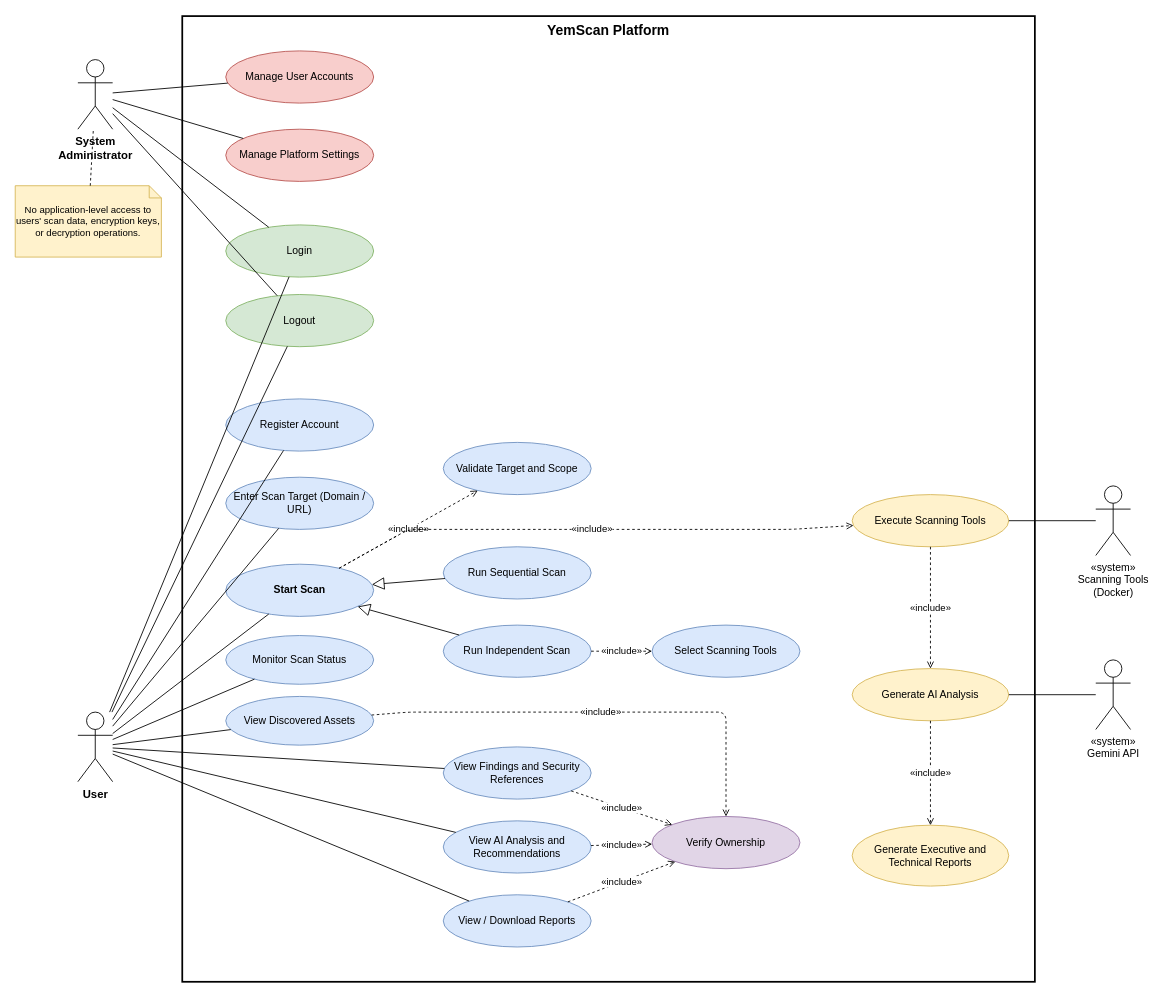
Mohammedhatem77/yemscan keeps this draw.io diagram as YemScan_UseCase.drawio. Above is the earlier version. Source tidied: cells renumbered, new cells numbered last; positions are measured from the earlier drawing's top-left corner, leaving out a move shared by most shapes. Both pictures are drawn from the tidied source at 87%, with x=0, y=0 at pixel (15, 16).
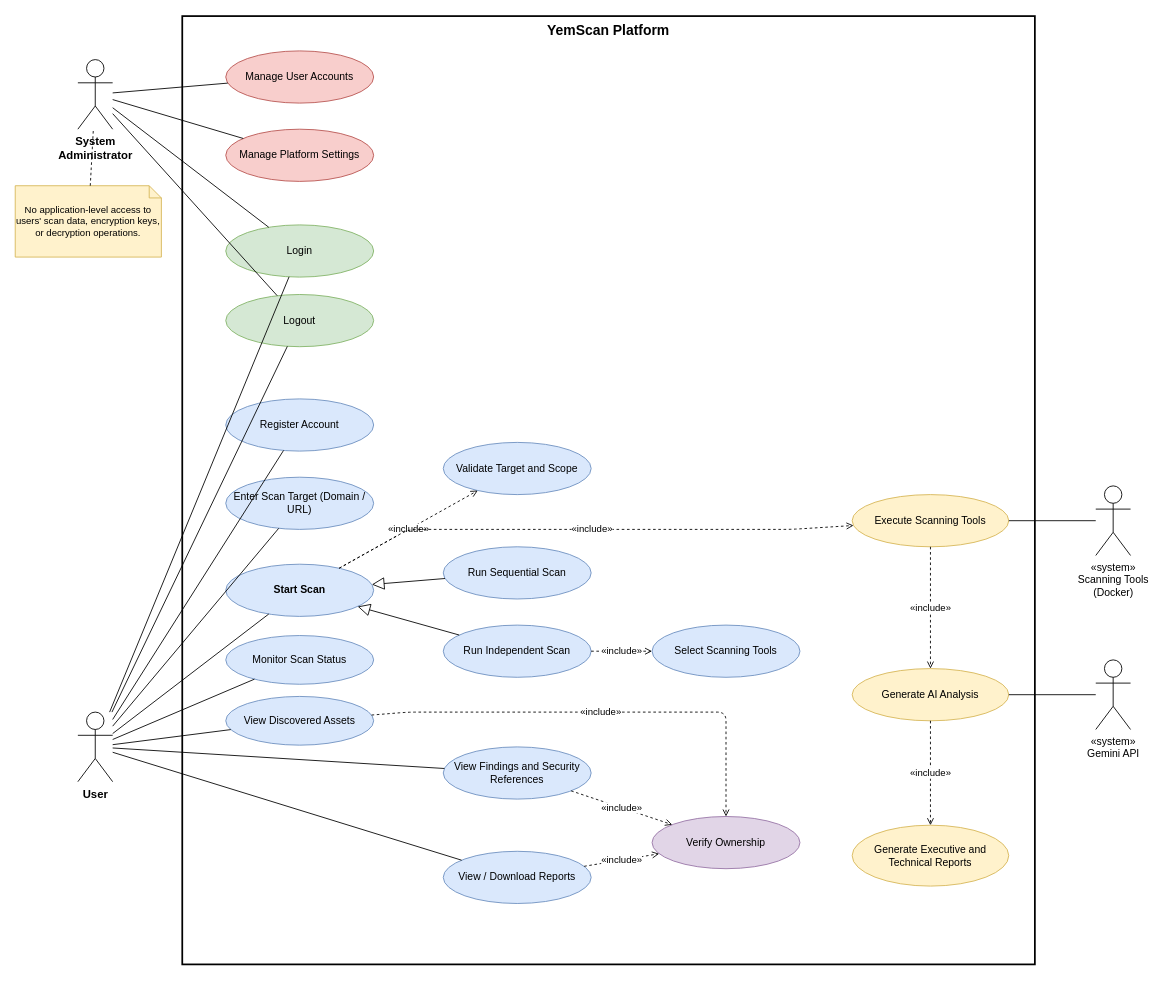
The same diagram, later.

The change refers to these unchanged cells:
```xml
<mxCell id="4" value="User" style="shape=umlActor;verticalLabelPosition=bottom;verticalAlign=top;html=1;fontSize=13;fontStyle=1;" parent="1" vertex="1">
  <mxGeometry x="72" y="800" width="40" height="80" as="geometry" />
</mxCell>
<mxCell id="23" value="Verify Ownership" style="ellipse;whiteSpace=wrap;html=1;fillColor=#e1d5e7;strokeColor=#9673a6;fontSize=12;" parent="1" vertex="1">
  <mxGeometry x="732" y="920" width="170" height="60" as="geometry" />
</mxCell>
```

Change to the diagram source:
```diff
@@
     <mxCell id="2" value="&lt;b&gt;YemScan Platform&lt;/b&gt;" style="rounded=0;whiteSpace=wrap;html=1;fillColor=none;strokeColor=#000000;verticalAlign=top;align=center;fontSize=16;strokeWidth=2;" parent="1" vertex="1">
-      <mxGeometry x="192" width="980" height="1110" as="geometry" />
+      <mxGeometry x="192" width="980" height="1090" as="geometry" />
     </mxCell>
@@
-    <mxCell id="20" value="View AI Analysis and Recommendations" style="ellipse;whiteSpace=wrap;html=1;fillColor=#dae8fc;strokeColor=#6c8ebf;fontSize=12;" parent="1" vertex="1">
-      <mxGeometry x="492" y="925" width="170" height="60" as="geometry" />
-    </mxCell>
     <mxCell id="21" value="View / Download Reports" style="ellipse;whiteSpace=wrap;html=1;fillColor=#dae8fc;strokeColor=#6c8ebf;fontSize=12;" parent="1" vertex="1">
-      <mxGeometry x="492" y="1010" width="170" height="60" as="geometry" />
+      <mxGeometry x="492" y="960" width="170" height="60" as="geometry" />
     </mxCell>
@@
-    <mxCell id="39" style="endArrow=none;html=1;" parent="1" edge="1" source="4" target="20">
-      <mxGeometry relative="1" as="geometry" />
-    </mxCell>
@@
-    <mxCell id="50" value="«include»" style="endArrow=open;dashed=1;html=1;endFill=0;fontSize=11;" parent="1" edge="1" source="20" target="23">
-      <mxGeometry relative="1" as="geometry" />
-    </mxCell>
```
